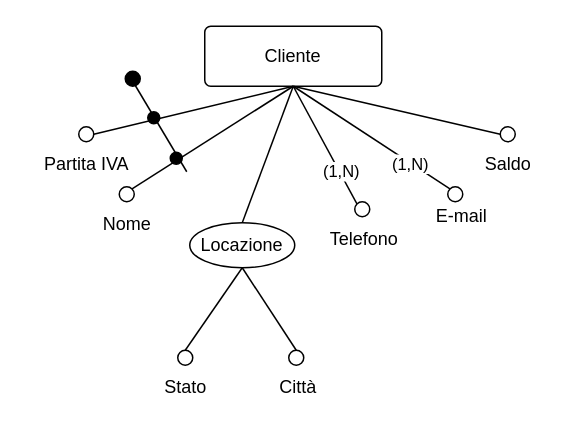
fedeStaffo/Progetto_Basi_di_dati keeps this draw.io diagram as Diagrammi/cliente.drawio. Above is the earlier version. Source tidied: cells renumbered, new cells numbered last; positions are measured from the earlier drawing's top-left corner, leaving out a move shared by most shapes. Both pictures are drawn from the tidied source at 150%, with x=0, y=0 at pixel (26, 26).
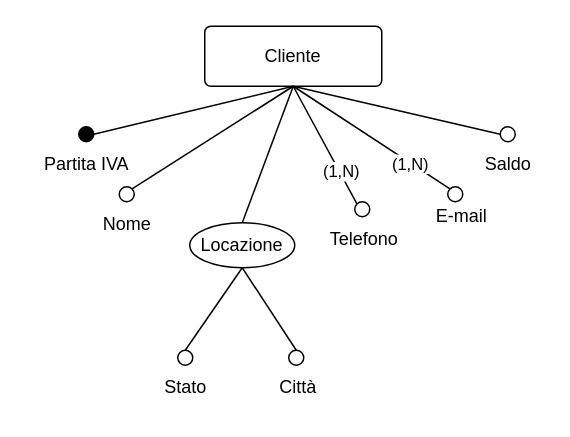
After the change.

What changed in the source:
```diff
@@
-    <mxCell id="5" style="ellipse;whiteSpace=wrap;html=1;" parent="1" vertex="1">
+    <mxCell id="5" style="ellipse;whiteSpace=wrap;html=1;fillColor=#000000;" parent="1" vertex="1">
       <mxGeometry x="35" y="67" width="10" height="10" as="geometry" />
     </mxCell>
@@
-    <mxCell id="28" style="ellipse;whiteSpace=wrap;html=1;fillColor=#000000;" parent="1" vertex="1">
-      <mxGeometry x="81" y="57" width="8" height="8" as="geometry" />
-    </mxCell>
-    <mxCell id="29" style="ellipse;whiteSpace=wrap;html=1;fillColor=#000000;" parent="1" vertex="1">
-      <mxGeometry x="66" y="30" width="10" height="10" as="geometry" />
-    </mxCell>
-    <mxCell id="30" style="ellipse;whiteSpace=wrap;html=1;fillColor=#000000;" parent="1" vertex="1">
-      <mxGeometry x="96" y="84" width="8" height="8" as="geometry" />
-    </mxCell>
-    <mxCell id="31" style="endArrow=none;html=1;rounded=0;" parent="1" edge="1">
-      <mxGeometry relative="1" as="geometry">
-        <mxPoint x="107" y="97" as="sourcePoint" />
-        <mxPoint x="70" y="35" as="targetPoint" />
-      </mxGeometry>
-    </mxCell>
```
